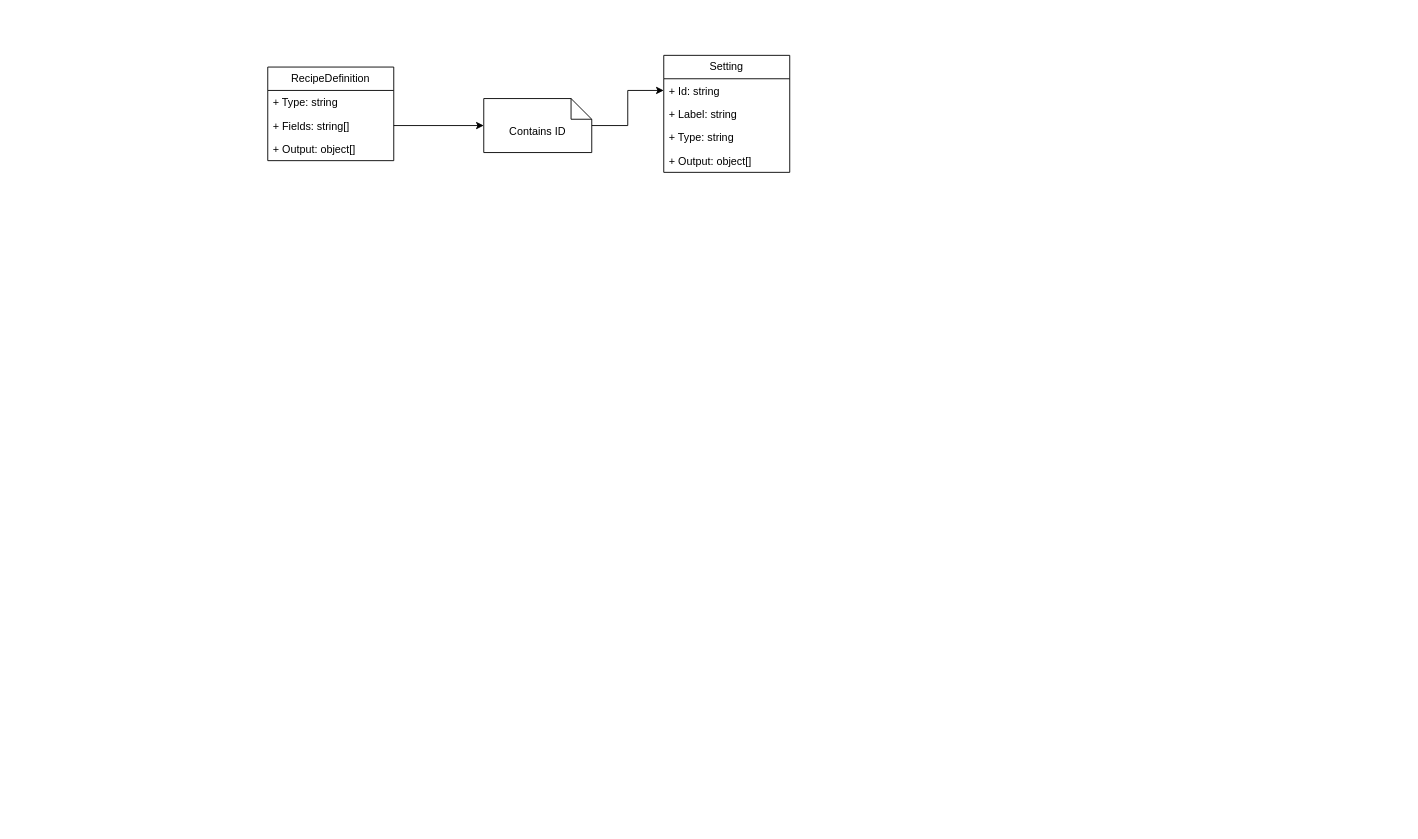
The draw.io diagram page "Definitions" (6 of 6) of Diagram.drawio in WeeeBuch/KubeCrafter, before the edit. Source tidied: cells renumbered, new cells numbered last; positions are measured from the earlier drawing's top-left corner, leaving out a move shared by most shapes. Both pictures are drawn from the tidied source at 90%, with x=0, y=0 at pixel (267, 55).
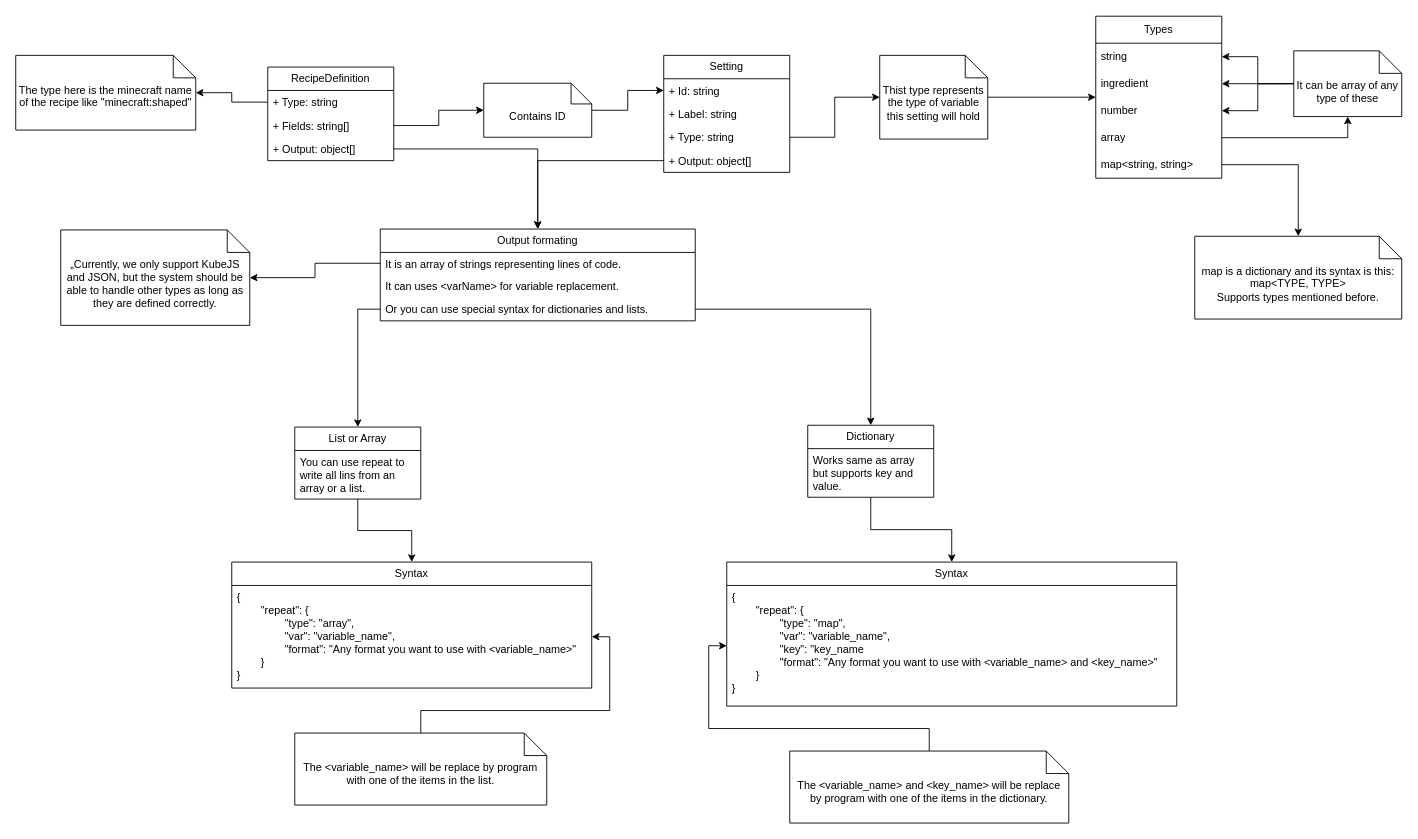
The same diagram, later.

Commit message:
Document recipe output formatting

Adds documentation to the diagram for recipe output formatting,
including array and dictionary syntax with repeat functionality.

Clarifies type usage for RecipeDefinition and Setting, linking
them to corresponding notes for better understanding.

The change refers to these unchanged cells:
```xml
<mxCell id="3" value="+ Type: string" style="text;strokeColor=none;fillColor=none;align=left;verticalAlign=top;spacingLeft=4;spacingRight=4;overflow=hidden;points=[[0,0.5],[1,0.5]];portConstraint=eastwest;whiteSpace=wrap;html=1;" parent="2" vertex="1">
  <mxGeometry y="26" width="140" height="26" as="geometry" />
</mxCell>
<mxCell id="5" value="+ Output: object[]" style="text;strokeColor=none;fillColor=none;align=left;verticalAlign=top;spacingLeft=4;spacingRight=4;overflow=hidden;points=[[0,0.5],[1,0.5]];portConstraint=eastwest;whiteSpace=wrap;html=1;" parent="2" vertex="1">
  <mxGeometry y="78" width="140" height="26" as="geometry" />
</mxCell>
<mxCell id="9" value="+ Type: string" style="text;strokeColor=none;fillColor=none;align=left;verticalAlign=top;spacingLeft=4;spacingRight=4;overflow=hidden;points=[[0,0.5],[1,0.5]];portConstraint=eastwest;whiteSpace=wrap;html=1;" parent="6" vertex="1">
  <mxGeometry y="78" width="140" height="26" as="geometry" />
</mxCell>
<mxCell id="10" value="+ Output: object[]" style="text;strokeColor=none;fillColor=none;align=left;verticalAlign=top;spacingLeft=4;spacingRight=4;overflow=hidden;points=[[0,0.5],[1,0.5]];portConstraint=eastwest;whiteSpace=wrap;html=1;" parent="6" vertex="1">
  <mxGeometry y="104" width="140" height="26" as="geometry" />
</mxCell>
```

The edit, as a diff of the source:
```diff
@@
     <mxCell id="12" value="Contains ID" style="shape=note2;boundedLbl=1;whiteSpace=wrap;html=1;size=23;verticalAlign=top;align=center;" parent="1" vertex="1">
-      <mxGeometry x="240" y="48" width="120" height="60" as="geometry" />
+      <mxGeometry x="240" y="31" width="120" height="60" as="geometry" />
     </mxCell>
@@
+    <mxCell id="14" value="Output formating" style="swimlane;fontStyle=0;horizontal=1;startSize=26;fillColor=none;whiteSpace=wrap;html=1;" parent="1" vertex="1">
+      <mxGeometry x="125" y="193" width="350" height="102" as="geometry" />
+    </mxCell>
+    <mxCell id="15" value="It is an array of strings representing lines of code." style="text;strokeColor=none;fillColor=none;align=left;verticalAlign=top;spacingLeft=4;spacingRight=4;overflow=hidden;points=[[0,0.5],[1,0.5]];portConstraint=eastwest;whiteSpace=wrap;html=1;" parent="14" vertex="1">
+      <mxGeometry y="26" width="350" height="24" as="geometry" />
+    </mxCell>
+    <mxCell id="16" value="It can uses &amp;lt;varName&amp;gt; for variable replacement." style="text;strokeColor=none;fillColor=none;align=left;verticalAlign=top;spacingLeft=4;spacingRight=4;overflow=hidden;whiteSpace=wrap;html=1;" parent="14" vertex="1">
+      <mxGeometry y="50" width="350" height="26" as="geometry" />
+    </mxCell>
+    <mxCell id="17" value="Or you can use special syntax for dictionaries and lists." style="text;strokeColor=none;fillColor=none;align=left;verticalAlign=top;spacingLeft=4;spacingRight=4;overflow=hidden;points=[[0,0.5],[1,0.5]];portConstraint=eastwest;whiteSpace=wrap;html=1;" parent="14" vertex="1">
+      <mxGeometry y="76" width="350" height="26" as="geometry" />
+    </mxCell>
+    <mxCell id="18" style="edgeStyle=orthogonalEdgeStyle;rounded=0;jettySize=auto;html=1;" parent="1" edge="1" source="5" target="14">
+      <mxGeometry relative="1" as="geometry" />
+    </mxCell>
+    <mxCell id="19" style="edgeStyle=orthogonalEdgeStyle;rounded=0;jettySize=auto;html=1;" parent="1" edge="1" source="10" target="14">
+      <mxGeometry relative="1" as="geometry" />
+    </mxCell>
+    <mxCell id="20" style="edgeStyle=orthogonalEdgeStyle;rounded=0;jettySize=auto;html=1;" parent="1" edge="1" source="21" target="24">
+      <mxGeometry relative="1" as="geometry" />
+    </mxCell>
+    <mxCell id="21" value="List or Array" style="swimlane;fontStyle=0;horizontal=1;startSize=26;fillColor=none;whiteSpace=wrap;html=1;" parent="1" vertex="1">
+      <mxGeometry x="30" y="413" width="140" height="80" as="geometry" />
+    </mxCell>
+    <mxCell id="22" value="You can use repeat to write all lins from an array or a list." style="text;strokeColor=none;fillColor=none;align=left;verticalAlign=top;spacingLeft=4;spacingRight=4;overflow=hidden;whiteSpace=wrap;html=1;" parent="21" vertex="1">
+      <mxGeometry y="26" width="140" height="54" as="geometry" />
+    </mxCell>
+    <mxCell id="23" style="edgeStyle=orthogonalEdgeStyle;rounded=0;jettySize=auto;html=1;" parent="1" edge="1" source="17" target="21">
+      <mxGeometry relative="1" as="geometry" />
+    </mxCell>
+    <mxCell id="24" value="Syntax" style="swimlane;fontStyle=0;horizontal=1;startSize=26;fillColor=none;whiteSpace=wrap;html=1;" parent="1" vertex="1">
+      <mxGeometry x="-40" y="563" width="400" height="140" as="geometry" />
+    </mxCell>
+    <mxCell id="25" value="{&lt;div&gt;&lt;span style=&quot;white-space: pre;&quot;&gt;&#9;&lt;/span&gt;&quot;repeat&quot;: {&lt;br&gt;&lt;/div&gt;&lt;div&gt;&lt;span style=&quot;white-space: pre;&quot;&gt;&#9;&lt;/span&gt;&lt;span style=&quot;white-space: pre;&quot;&gt;&#9;&lt;/span&gt;&quot;type&quot;: &quot;array&quot;,&lt;br&gt;&lt;/div&gt;&lt;div&gt;&lt;span style=&quot;white-space: pre;&quot;&gt;&#9;&lt;/span&gt;&lt;span style=&quot;white-space: pre;&quot;&gt;&#9;&lt;/span&gt;&quot;var&quot;: &quot;variable_name&quot;,&lt;br&gt;&lt;/div&gt;&lt;div&gt;&lt;span style=&quot;white-space: pre;&quot;&gt;&#9;&lt;/span&gt;&lt;span style=&quot;white-space: pre;&quot;&gt;&#9;&lt;/span&gt;&quot;format&quot;: &quot;Any format you want to use with &amp;lt;variable_name&amp;gt;&quot;&lt;br&gt;&lt;/div&gt;&lt;div&gt;&lt;span style=&quot;white-space: pre;&quot;&gt;&#9;&lt;/span&gt;}&lt;br&gt;&lt;/div&gt;&lt;div&gt;}&lt;/div&gt;" style="text;strokeColor=none;fillColor=none;align=left;verticalAlign=top;spacingLeft=4;spacingRight=4;overflow=hidden;points=[[0,0.5],[1,0.5]];portConstraint=eastwest;whiteSpace=wrap;html=1;" parent="24" vertex="1">
+      <mxGeometry y="26" width="400" height="114" as="geometry" />
+    </mxCell>
+    <mxCell id="26" style="edgeStyle=orthogonalEdgeStyle;rounded=0;jettySize=auto;html=1;" parent="1" edge="1" source="27" target="25">
+      <mxGeometry relative="1" as="geometry" />
+    </mxCell>
+    <mxCell id="27" value="The &amp;lt;variable_name&amp;gt; will be replace by program with one of the items in the list." style="shape=note2;boundedLbl=1;whiteSpace=wrap;html=1;size=25;verticalAlign=top;align=center;" parent="1" vertex="1">
+      <mxGeometry x="30" y="753" width="280" height="80" as="geometry" />
+    </mxCell>
+    <mxCell id="28" style="edgeStyle=orthogonalEdgeStyle;rounded=0;jettySize=auto;html=1;" parent="1" edge="1" source="29" target="50">
+      <mxGeometry relative="1" as="geometry" />
+    </mxCell>
+    <mxCell id="29" value="Dictionary" style="swimlane;fontStyle=0;horizontal=1;startSize=26;fillColor=none;whiteSpace=wrap;html=1;" parent="1" vertex="1">
+      <mxGeometry x="600" y="411" width="140" height="80" as="geometry" />
+    </mxCell>
+    <mxCell id="30" value="Works same as array but supports key and value." style="text;strokeColor=none;fillColor=none;align=left;verticalAlign=top;spacingLeft=4;spacingRight=4;overflow=hidden;whiteSpace=wrap;html=1;" parent="29" vertex="1">
+      <mxGeometry y="26" width="140" height="54" as="geometry" />
+    </mxCell>
+    <mxCell id="31" value="The type here is the minecraft name of the recipe like &quot;minecraft:shaped&quot;" style="shape=note2;boundedLbl=1;whiteSpace=wrap;html=1;size=25;verticalAlign=top;align=center;" parent="1" vertex="1">
+      <mxGeometry x="-280" width="200" height="83" as="geometry" />
+    </mxCell>
+    <mxCell id="32" style="edgeStyle=orthogonalEdgeStyle;rounded=0;jettySize=auto;html=1;" parent="1" edge="1" source="3" target="31">
+      <mxGeometry relative="1" as="geometry" />
+    </mxCell>
+    <mxCell id="33" style="edgeStyle=orthogonalEdgeStyle;rounded=0;jettySize=auto;html=1;" parent="1" edge="1" source="34" target="36">
+      <mxGeometry relative="1" as="geometry" />
+    </mxCell>
+    <mxCell id="34" value="Thist type represents the type of variable this setting will hold" style="shape=note2;boundedLbl=1;whiteSpace=wrap;html=1;size=25;verticalAlign=top;align=center;" parent="1" vertex="1">
+      <mxGeometry x="680" width="120" height="93" as="geometry" />
+    </mxCell>
+    <mxCell id="35" style="edgeStyle=orthogonalEdgeStyle;rounded=0;jettySize=auto;html=1;" parent="1" edge="1" source="9" target="34">
+      <mxGeometry relative="1" as="geometry" />
+    </mxCell>
+    <mxCell id="36" value="Types" style="swimlane;fontStyle=0;horizontal=1;startSize=30;whiteSpace=wrap;html=1;" parent="1" vertex="1">
+      <mxGeometry x="920" y="-43.5" width="140" height="180" as="geometry" />
+    </mxCell>
+    <mxCell id="37" value="string" style="text;strokeColor=none;fillColor=none;align=left;verticalAlign=middle;spacingLeft=4;spacingRight=4;overflow=hidden;points=[[0,0.5],[1,0.5]];portConstraint=eastwest;whiteSpace=wrap;html=1;" parent="36" vertex="1">
+      <mxGeometry y="30" width="140" height="30" as="geometry" />
+    </mxCell>
+    <mxCell id="38" value="ingredient" style="text;strokeColor=none;fillColor=none;align=left;verticalAlign=middle;spacingLeft=4;spacingRight=4;overflow=hidden;points=[[0,0.5],[1,0.5]];portConstraint=eastwest;whiteSpace=wrap;html=1;" parent="36" vertex="1">
+      <mxGeometry y="60" width="140" height="30" as="geometry" />
+    </mxCell>
+    <mxCell id="39" value="number" style="text;strokeColor=none;fillColor=none;align=left;verticalAlign=middle;spacingLeft=4;spacingRight=4;overflow=hidden;points=[[0,0.5],[1,0.5]];portConstraint=eastwest;whiteSpace=wrap;html=1;" parent="36" vertex="1">
+      <mxGeometry y="90" width="140" height="30" as="geometry" />
+    </mxCell>
+    <mxCell id="40" value="array" style="text;strokeColor=none;fillColor=none;align=left;verticalAlign=middle;spacingLeft=4;spacingRight=4;overflow=hidden;points=[[0,0.5],[1,0.5]];portConstraint=eastwest;whiteSpace=wrap;html=1;" parent="36" vertex="1">
+      <mxGeometry y="120" width="140" height="30" as="geometry" />
+    </mxCell>
+    <mxCell id="41" value="map&amp;lt;string, string&amp;gt;" style="text;strokeColor=none;fillColor=none;align=left;verticalAlign=middle;spacingLeft=4;spacingRight=4;overflow=hidden;points=[[0,0.5],[1,0.5]];portConstraint=eastwest;whiteSpace=wrap;html=1;" parent="36" vertex="1">
+      <mxGeometry y="150" width="140" height="30" as="geometry" />
+    </mxCell>
+    <mxCell id="42" style="edgeStyle=orthogonalEdgeStyle;rounded=0;jettySize=auto;html=1;" parent="1" edge="1" source="45" target="37">
+      <mxGeometry relative="1" as="geometry" />
+    </mxCell>
+    <mxCell id="43" style="edgeStyle=orthogonalEdgeStyle;rounded=0;jettySize=auto;html=1;" parent="1" edge="1" source="45" target="38">
+      <mxGeometry relative="1" as="geometry" />
+    </mxCell>
+    <mxCell id="44" style="edgeStyle=orthogonalEdgeStyle;rounded=0;jettySize=auto;html=1;" parent="1" edge="1" source="45" target="39">
+      <mxGeometry relative="1" as="geometry" />
+    </mxCell>
+    <mxCell id="45" value="It can be array of any type of these" style="shape=note2;boundedLbl=1;whiteSpace=wrap;html=1;size=25;verticalAlign=top;align=center;" parent="1" vertex="1">
+      <mxGeometry x="1140" y="-5" width="120" height="73" as="geometry" />
+    </mxCell>
+    <mxCell id="46" style="edgeStyle=orthogonalEdgeStyle;rounded=0;jettySize=auto;html=1;" parent="1" edge="1" source="40" target="45">
+      <mxGeometry relative="1" as="geometry" />
+    </mxCell>
+    <mxCell id="47" value="map is a dictionary and its syntax is this:&lt;br&gt;map&amp;lt;TYPE, TYPE&amp;gt;&lt;br&gt;Supports types mentioned before." style="shape=note2;boundedLbl=1;whiteSpace=wrap;html=1;size=25;verticalAlign=top;align=center;" parent="1" vertex="1">
+      <mxGeometry x="1030" y="201" width="230" height="92" as="geometry" />
+    </mxCell>
+    <mxCell id="48" style="edgeStyle=orthogonalEdgeStyle;rounded=0;jettySize=auto;html=1;" parent="1" edge="1" source="41" target="47">
+      <mxGeometry relative="1" as="geometry" />
+    </mxCell>
+    <mxCell id="49" style="edgeStyle=orthogonalEdgeStyle;rounded=0;jettySize=auto;html=1;" parent="1" edge="1" source="17" target="29">
+      <mxGeometry relative="1" as="geometry" />
+    </mxCell>
+    <mxCell id="50" value="Syntax" style="swimlane;fontStyle=0;horizontal=1;startSize=26;fillColor=none;whiteSpace=wrap;html=1;" parent="1" vertex="1">
+      <mxGeometry x="510" y="563" width="500" height="160" as="geometry" />
+    </mxCell>
+    <mxCell id="51" value="{&lt;div&gt;&lt;span style=&quot;white-space: pre;&quot;&gt;&#9;&lt;/span&gt;&quot;repeat&quot;: {&lt;br&gt;&lt;/div&gt;&lt;div&gt;&lt;span style=&quot;white-space: pre;&quot;&gt;&#9;&lt;/span&gt;&lt;span style=&quot;white-space: pre;&quot;&gt;&#9;&lt;/span&gt;&quot;type&quot;: &quot;map&quot;,&lt;br&gt;&lt;/div&gt;&lt;div&gt;&lt;span style=&quot;white-space: pre;&quot;&gt;&#9;&lt;/span&gt;&lt;span style=&quot;white-space: pre;&quot;&gt;&#9;&lt;/span&gt;&quot;var&quot;: &quot;variable_name&quot;,&lt;br&gt;&lt;/div&gt;&lt;div&gt;&lt;span style=&quot;white-space: pre;&quot;&gt;&#9;&lt;/span&gt;&lt;span style=&quot;white-space: pre;&quot;&gt;&#9;&lt;/span&gt;&quot;key&quot;: &quot;key_name&lt;br&gt;&lt;/div&gt;&lt;div&gt;&lt;span style=&quot;white-space: pre;&quot;&gt;&#9;&lt;/span&gt;&lt;span style=&quot;white-space: pre;&quot;&gt;&#9;&lt;/span&gt;&quot;format&quot;: &quot;Any format you want to use with &amp;lt;variable_name&amp;gt; and &amp;lt;key_name&amp;gt;&quot;&lt;br&gt;&lt;/div&gt;&lt;div&gt;&lt;span style=&quot;white-space: pre;&quot;&gt;&#9;&lt;/span&gt;}&lt;br&gt;&lt;/div&gt;&lt;div&gt;}&lt;/div&gt;" style="text;strokeColor=none;fillColor=none;align=left;verticalAlign=top;spacingLeft=4;spacingRight=4;overflow=hidden;points=[[0,0.5],[1,0.5]];portConstraint=eastwest;whiteSpace=wrap;html=1;" parent="50" vertex="1">
+      <mxGeometry y="26" width="500" height="134" as="geometry" />
+    </mxCell>
+    <mxCell id="52" style="edgeStyle=orthogonalEdgeStyle;rounded=0;jettySize=auto;html=1;" parent="1" edge="1" source="53" target="51">
+      <mxGeometry relative="1" as="geometry" />
+    </mxCell>
+    <mxCell id="53" value="The &amp;lt;variable_name&amp;gt; and &amp;lt;key_name&amp;gt; will be replace by program with one of the items in the dictionary." style="shape=note2;boundedLbl=1;whiteSpace=wrap;html=1;size=25;verticalAlign=top;align=center;" parent="1" vertex="1">
+      <mxGeometry x="580" y="773" width="310" height="80" as="geometry" />
+    </mxCell>
+    <mxCell id="54" value="„Currently, we only support KubeJS and JSON, but the system should be able to handle other types as long as they are defined correctly." style="shape=note2;boundedLbl=1;whiteSpace=wrap;html=1;size=25;verticalAlign=top;align=center;" parent="1" vertex="1">
+      <mxGeometry x="-230" y="194" width="210" height="106" as="geometry" />
+    </mxCell>
+    <mxCell id="55" style="edgeStyle=orthogonalEdgeStyle;rounded=0;jettySize=auto;html=1;" parent="1" edge="1" source="15" target="54">
+      <mxGeometry relative="1" as="geometry" />
+    </mxCell>
```
